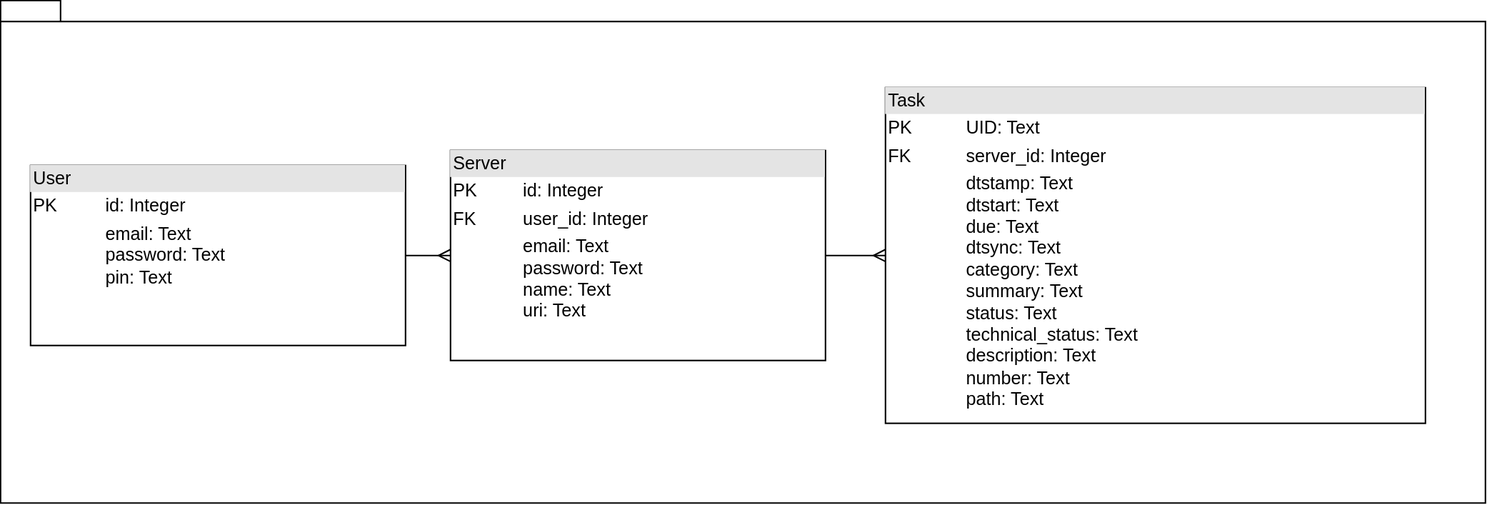
Before: Documentation/DatabaseScheme/Images/db_scheme.svg, a diagram exported from draw.io (SUAI-TaskPlanner-Contest/TaskPlanner). Source tidied: cells renumbered, new cells last; positions are measured from the earlier drawing's top-left corner, leaving out a move shared by most shapes.
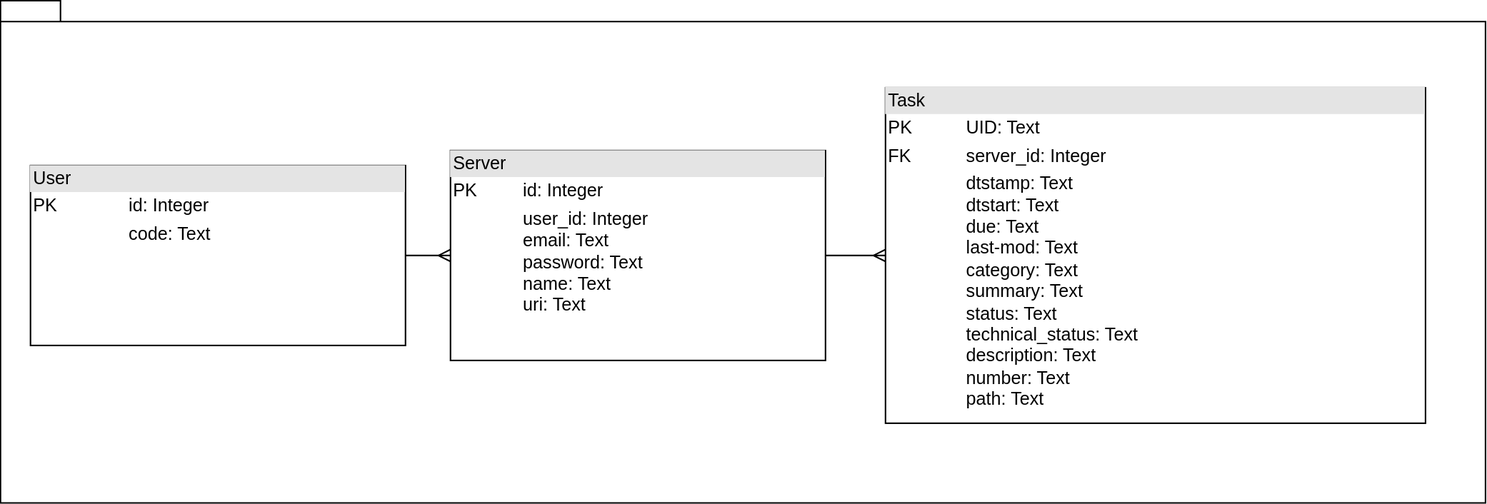
After the change.

Commit message:
update database scheme and md

Change to the diagram source:
```diff
@@ -5,16 +5,16 @@
     <mxCell id="2" style="shape=folder;fontStyle=1;spacingTop=10;tabWidth=40;tabHeight=14;tabPosition=left;html=1;" parent="1" vertex="1">
       <mxGeometry width="990" height="335" as="geometry" />
     </mxCell>
-    <mxCell id="3" value="&lt;div style=&quot;box-sizing:border-box;width:100%;background:#e4e4e4;padding:2px;&quot;&gt;Server&lt;/div&gt;&lt;table style=&quot;width:100%;font-size:1em;&quot; cellpadding=&quot;2&quot; cellspacing=&quot;0&quot;&gt;&lt;tbody&gt;&lt;tr&gt;&lt;td&gt;PK&lt;/td&gt;&lt;td&gt;id: Integer&lt;/td&gt;&lt;/tr&gt;&lt;tr&gt;&lt;td&gt;FK&lt;/td&gt;&lt;td&gt;user_id: Integer&lt;/td&gt;&lt;/tr&gt;&lt;tr&gt;&lt;td&gt;&lt;/td&gt;&lt;td&gt;email: Text&lt;br style=&quot;border-color: var(--border-color);&quot;&gt;&lt;span style=&quot;border-color: var(--border-color);&quot;&gt;password: Text&lt;/span&gt;&lt;br style=&quot;border-color: var(--border-color);&quot;&gt;&lt;span style=&quot;border-color: var(--border-color);&quot;&gt;name: Text&lt;/span&gt;&lt;br style=&quot;border-color: var(--border-color);&quot;&gt;&lt;span style=&quot;border-color: var(--border-color);&quot;&gt;uri: Text&lt;/span&gt;&lt;br&gt;&lt;/td&gt;&lt;/tr&gt;&lt;/tbody&gt;&lt;/table&gt;" style="verticalAlign=top;align=left;overflow=fill;html=1;" parent="1" vertex="1">
+    <mxCell id="3" value="&lt;div style=&quot;box-sizing:border-box;width:100%;background:#e4e4e4;padding:2px;&quot;&gt;Server&lt;/div&gt;&lt;table style=&quot;width:100%;font-size:1em;&quot; cellpadding=&quot;2&quot; cellspacing=&quot;0&quot;&gt;&lt;tbody&gt;&lt;tr&gt;&lt;td&gt;PK&lt;/td&gt;&lt;td&gt;id: Integer&lt;/td&gt;&lt;/tr&gt;&lt;tr&gt;&lt;td&gt;&lt;/td&gt;&lt;td&gt;user_id: Integer&lt;br&gt;email: Text&lt;br style=&quot;border-color: var(--border-color);&quot;&gt;password: Text&lt;br style=&quot;border-color: var(--border-color);&quot;&gt;name: Text&lt;br style=&quot;border-color: var(--border-color);&quot;&gt;uri: Text&lt;br&gt;&lt;/td&gt;&lt;/tr&gt;&lt;tr&gt;&lt;td&gt;&lt;br&gt;&lt;/td&gt;&lt;td&gt;&lt;br&gt;&lt;/td&gt;&lt;/tr&gt;&lt;/tbody&gt;&lt;/table&gt;" style="verticalAlign=top;align=left;overflow=fill;html=1;" parent="1" vertex="1">
       <mxGeometry x="300" y="100" width="250" height="140" as="geometry" />
     </mxCell>
     <mxCell id="4" style="edgeStyle=entityRelationEdgeStyle;fontSize=12;html=1;endArrow=ERmany;rounded=0;exitX=1;exitY=0.5;exitDx=0;exitDy=0;entryX=0;entryY=0.5;entryDx=0;entryDy=0;" parent="1" edge="1" source="3" target="5">
       <mxGeometry relative="1" as="geometry" />
     </mxCell>
-    <mxCell id="5" value="&lt;div style=&quot;box-sizing:border-box;width:100%;background:#e4e4e4;padding:2px;&quot;&gt;Task&lt;/div&gt;&lt;table style=&quot;width:100%;font-size:1em;&quot; cellpadding=&quot;2&quot; cellspacing=&quot;0&quot;&gt;&lt;tbody&gt;&lt;tr&gt;&lt;td&gt;PK&lt;/td&gt;&lt;td&gt;UID: Text&lt;/td&gt;&lt;/tr&gt;&lt;tr&gt;&lt;td&gt;FK&lt;/td&gt;&lt;td&gt;server_id: Integer&lt;br&gt;&lt;/td&gt;&lt;/tr&gt;&lt;tr&gt;&lt;td&gt;&lt;br&gt;&lt;/td&gt;&lt;td&gt;dtstamp: Text&lt;br&gt;dtstart: Text&lt;br&gt;due: Text&lt;br&gt;dtsync: Text&lt;br&gt;category: Text&lt;br&gt;summary: Text&lt;br&gt;status: Text&lt;br&gt;technical_status: Text&lt;br&gt;description: Text&lt;br&gt;number: Text&lt;br style=&quot;border-color: var(--border-color);&quot;&gt;path: Text&amp;nbsp;&lt;br style=&quot;border-color: var(--border-color);&quot;&gt;&lt;br&gt;&lt;/td&gt;&lt;/tr&gt;&lt;/tbody&gt;&lt;/table&gt;" style="verticalAlign=top;align=left;overflow=fill;html=1;" parent="1" vertex="1">
+    <mxCell id="5" value="&lt;div style=&quot;box-sizing:border-box;width:100%;background:#e4e4e4;padding:2px;&quot;&gt;Task&lt;/div&gt;&lt;table style=&quot;width:100%;font-size:1em;&quot; cellpadding=&quot;2&quot; cellspacing=&quot;0&quot;&gt;&lt;tbody&gt;&lt;tr&gt;&lt;td&gt;PK&lt;/td&gt;&lt;td&gt;UID: Text&lt;/td&gt;&lt;/tr&gt;&lt;tr&gt;&lt;td&gt;FK&lt;/td&gt;&lt;td&gt;server_id: Integer&lt;br&gt;&lt;/td&gt;&lt;/tr&gt;&lt;tr&gt;&lt;td&gt;&lt;br&gt;&lt;/td&gt;&lt;td&gt;dtstamp: Text&lt;br&gt;dtstart: Text&lt;br&gt;due: Text&lt;br&gt;last-mod: Text&lt;br&gt;category: Text&lt;br&gt;summary: Text&lt;br&gt;status: Text&lt;br&gt;technical_status: Text&lt;br&gt;description: Text&lt;br&gt;number: Text&lt;br style=&quot;border-color: var(--border-color);&quot;&gt;path: Text&amp;nbsp;&lt;br style=&quot;border-color: var(--border-color);&quot;&gt;&lt;br&gt;&lt;/td&gt;&lt;/tr&gt;&lt;/tbody&gt;&lt;/table&gt;" style="verticalAlign=top;align=left;overflow=fill;html=1;" parent="1" vertex="1">
       <mxGeometry x="590" y="58.1" width="360" height="223.8" as="geometry" />
     </mxCell>
-    <mxCell id="6" value="&lt;div style=&quot;box-sizing:border-box;width:100%;background:#e4e4e4;padding:2px;&quot;&gt;User&lt;/div&gt;&lt;table style=&quot;width:100%;font-size:1em;&quot; cellpadding=&quot;2&quot; cellspacing=&quot;0&quot;&gt;&lt;tbody&gt;&lt;tr&gt;&lt;td&gt;PK&lt;/td&gt;&lt;td&gt;id: Integer&lt;/td&gt;&lt;/tr&gt;&lt;tr&gt;&lt;td&gt;&lt;/td&gt;&lt;td&gt;email: Text&lt;br style=&quot;border-color: var(--border-color);&quot;&gt;password: Text&lt;br&gt;pin: Text&lt;br&gt;&lt;/td&gt;&lt;/tr&gt;&lt;tr&gt;&lt;td&gt;&lt;br&gt;&lt;/td&gt;&lt;td&gt;&lt;br&gt;&lt;/td&gt;&lt;/tr&gt;&lt;/tbody&gt;&lt;/table&gt;" style="verticalAlign=top;align=left;overflow=fill;html=1;" parent="1" vertex="1">
+    <mxCell id="6" value="&lt;div style=&quot;box-sizing:border-box;width:100%;background:#e4e4e4;padding:2px;&quot;&gt;User&lt;/div&gt;&lt;table style=&quot;width:100%;font-size:1em;&quot; cellpadding=&quot;2&quot; cellspacing=&quot;0&quot;&gt;&lt;tbody&gt;&lt;tr&gt;&lt;td&gt;PK&lt;/td&gt;&lt;td&gt;id: Integer&lt;/td&gt;&lt;/tr&gt;&lt;tr&gt;&lt;td&gt;&lt;/td&gt;&lt;td&gt;code: Text&lt;br&gt;&lt;/td&gt;&lt;/tr&gt;&lt;tr&gt;&lt;td&gt;&lt;br&gt;&lt;/td&gt;&lt;td&gt;&lt;br&gt;&lt;/td&gt;&lt;/tr&gt;&lt;/tbody&gt;&lt;/table&gt;" style="verticalAlign=top;align=left;overflow=fill;html=1;" parent="1" vertex="1">
       <mxGeometry x="20" y="110" width="250" height="120" as="geometry" />
     </mxCell>
     <mxCell id="7" style="edgeStyle=entityRelationEdgeStyle;fontSize=12;html=1;endArrow=ERmany;rounded=0;exitX=1;exitY=0.5;exitDx=0;exitDy=0;entryX=0;entryY=0.5;entryDx=0;entryDy=0;" parent="1" edge="1" source="6" target="3">
```
